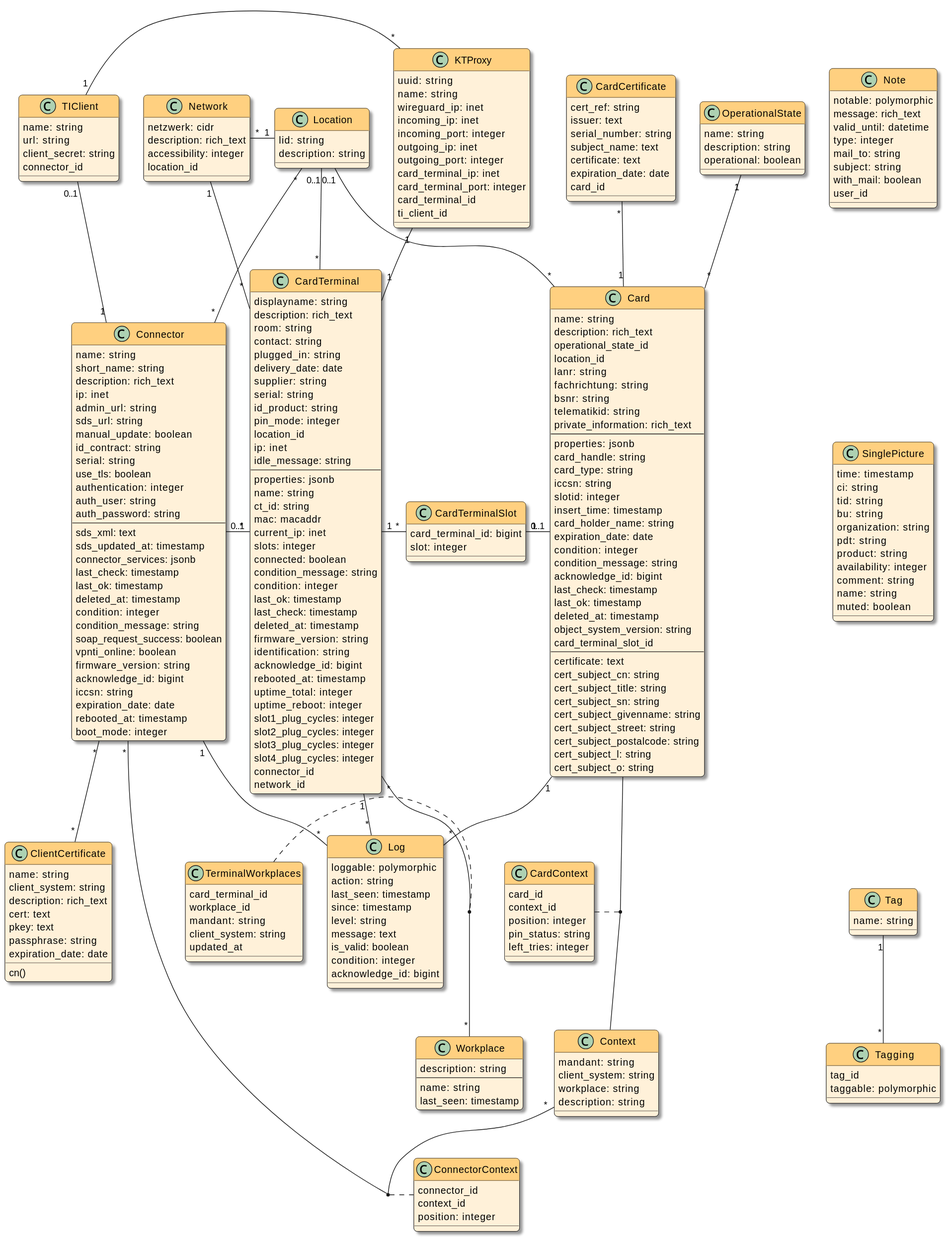
Earlier version of the PlantUML export docsrc/devnotes/modules/ROOT/images/models.svg (swobspace/cocard).
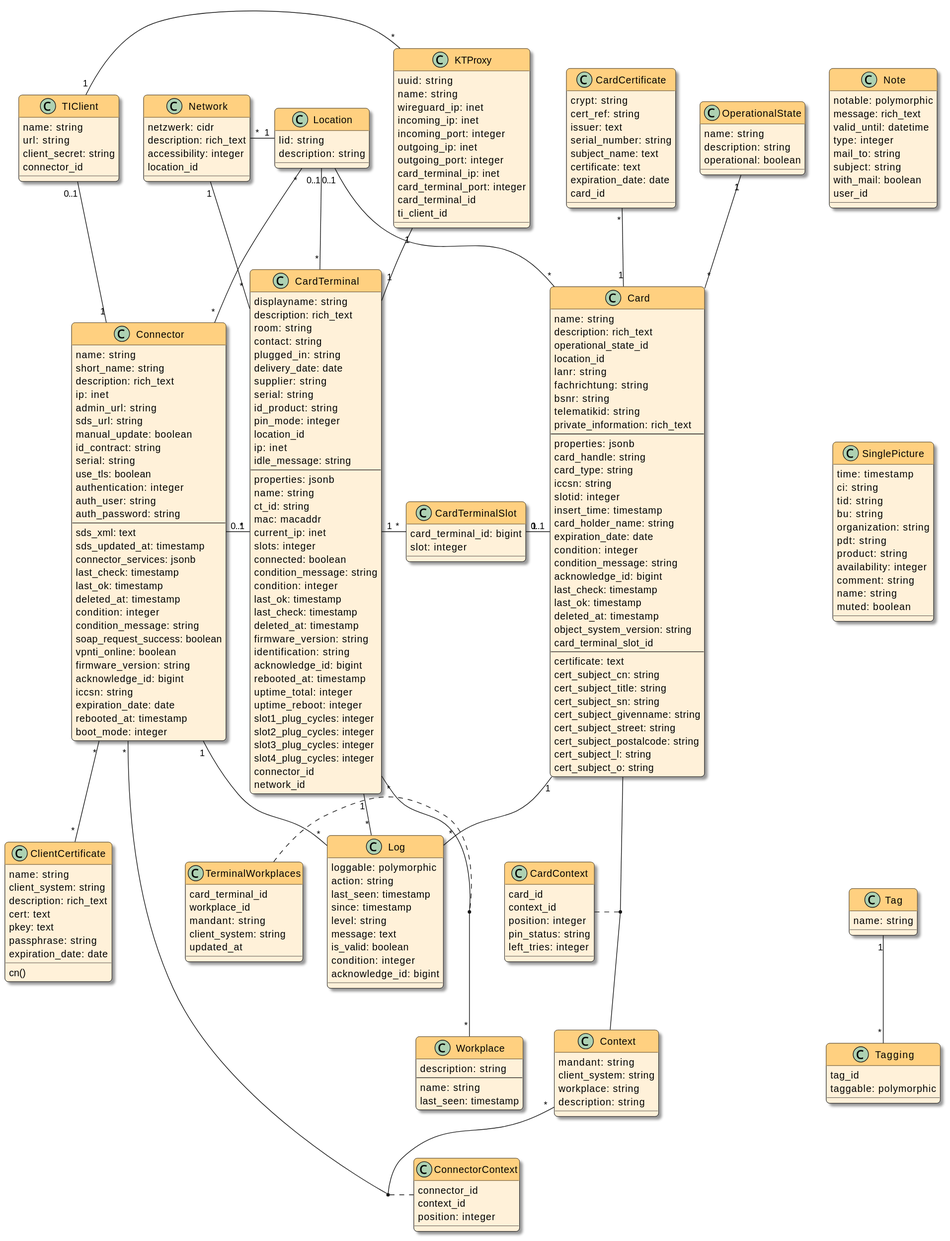
After the commit.

Commit message:
add #crypt to model CardCertificate

Diff of the diagram source:
```diff
@@ -148,6 +148,7 @@
 }
 
 class CardCertificate {
+  crypt: string
   cert_ref: string
   issuer: text
   serial_number: string
```
